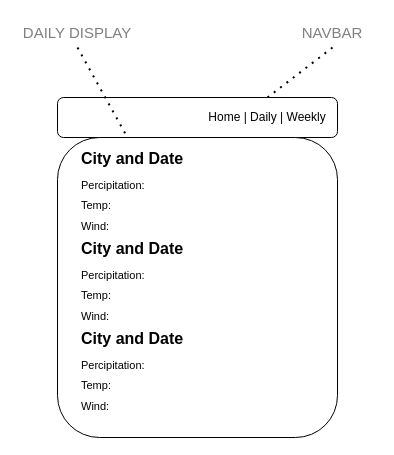
The draw.io diagram page "Daily" (2 of 3) of wireframe-group-weather-app.drawio in IsaacMendez-work/Group-Weather-App, before the edit. Source tidied: cells renumbered, new cells numbered last; positions are measured from the earlier drawing's top-left corner, leaving out a move shared by most shapes. Both pictures are drawn from the tidied source at 100%, with x=0, y=0 at pixel (17, 17).
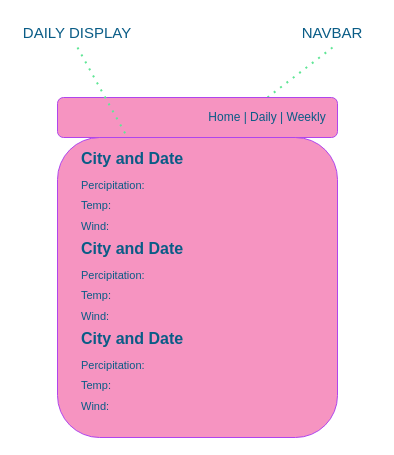
The same diagram, later.

What changed in the source:
```diff
@@
 <mxGraphModel>
   <root>
     <mxCell id="0" />
     <mxCell id="1" parent="0" />
-    <mxCell id="2" value="&lt;font color=&quot;#808080&quot; style=&quot;font-size: 15px&quot;&gt;NAVBAR&lt;/font&gt;" style="text;html=1;strokeColor=none;fillColor=none;align=center;verticalAlign=middle;whiteSpace=wrap;rounded=0;" parent="1" vertex="1">
+    <mxCell id="2" value="&lt;font style=&quot;font-size: 15px&quot;&gt;NAVBAR&lt;/font&gt;" style="text;html=1;strokeColor=none;fillColor=none;align=center;verticalAlign=middle;whiteSpace=wrap;rounded=0;fontColor=#095C86;" parent="1" vertex="1">
       <mxGeometry x="270" width="90" height="30" as="geometry" />
     </mxCell>
-    <mxCell id="3" style="endArrow=none;dashed=1;html=1;dashPattern=1 3;strokeWidth=2;entryX=0.5;entryY=1;entryDx=0;entryDy=0;exitX=0.75;exitY=0;exitDx=0;exitDy=0;" parent="1" edge="1" source="4" target="2">
+    <mxCell id="3" style="endArrow=none;dashed=1;html=1;dashPattern=1 3;strokeWidth=2;entryX=0.5;entryY=1;entryDx=0;entryDy=0;exitX=0.75;exitY=0;exitDx=0;exitDy=0;strokeColor=#60E696;fontColor=#095C86;" parent="1" edge="1" source="4" target="2">
       <mxGeometry x="120" y="80" as="geometry" />
     </mxCell>
-    <mxCell id="4" style="rounded=1;whiteSpace=wrap;html=1;" parent="1" vertex="1">
+    <mxCell id="4" style="rounded=1;whiteSpace=wrap;html=1;fillColor=#F694C1;strokeColor=#AF45ED;fontColor=#095C86;" parent="1" vertex="1">
       <mxGeometry x="40" y="80" width="280" height="40" as="geometry" />
     </mxCell>
-    <mxCell id="5" value="Home | Daily | Weekly" style="text;html=1;strokeColor=none;fillColor=none;align=center;verticalAlign=middle;whiteSpace=wrap;rounded=0;" parent="1" vertex="1">
+    <mxCell id="5" value="Home | Daily | Weekly" style="text;html=1;strokeColor=none;fillColor=none;align=center;verticalAlign=middle;whiteSpace=wrap;rounded=0;fontColor=#095C86;" parent="1" vertex="1">
       <mxGeometry x="180" y="90" width="140" height="20" as="geometry" />
     </mxCell>
-    <mxCell id="6" style="group;" parent="1" vertex="1">
-      <mxGeometry width="320" height="420" as="geometry" />
-    </mxCell>
-    <mxCell id="7" style="rounded=1;whiteSpace=wrap;html=1;verticalAlign=middle;" parent="6" vertex="1">
+    <mxCell id="7" style="rounded=1;whiteSpace=wrap;html=1;verticalAlign=middle;fillColor=#F694C1;strokeColor=#AF45ED;fontColor=#095C86;" parent="1" vertex="1">
       <mxGeometry x="40" y="120" width="280" height="300" as="geometry" />
     </mxCell>
-    <mxCell id="8" value="&lt;p style=&quot;line-height: 100%&quot;&gt;&lt;/p&gt;&lt;h1 style=&quot;font-size: 16px&quot;&gt;&lt;font style=&quot;font-size: 16px&quot;&gt;City and Date&lt;/font&gt;&lt;/h1&gt;&lt;h1 style=&quot;font-size: 11px&quot;&gt;&lt;font style=&quot;font-size: 11px ; font-weight: normal&quot;&gt;Percipitation:&amp;nbsp;&lt;/font&gt;&lt;/h1&gt;&lt;h1 style=&quot;font-size: 11px&quot;&gt;&lt;font style=&quot;font-size: 11px ; font-weight: normal&quot;&gt;Temp:&amp;nbsp;&lt;/font&gt;&lt;/h1&gt;&lt;h1 style=&quot;font-size: 11px&quot;&gt;&lt;font style=&quot;font-size: 11px ; font-weight: normal&quot;&gt;Wind:&amp;nbsp;&lt;/font&gt;&lt;/h1&gt;&lt;p&gt;&lt;/p&gt;" style="text;html=1;strokeColor=none;fillColor=none;spacing=5;spacingTop=-20;whiteSpace=wrap;overflow=hidden;rounded=0;" parent="6" vertex="1">
+    <mxCell id="8" value="&lt;p style=&quot;line-height: 100%&quot;&gt;&lt;/p&gt;&lt;h1 style=&quot;font-size: 16px&quot;&gt;&lt;font style=&quot;font-size: 16px&quot;&gt;City and Date&lt;/font&gt;&lt;/h1&gt;&lt;h1 style=&quot;font-size: 11px&quot;&gt;&lt;font style=&quot;font-size: 11px ; font-weight: normal&quot;&gt;Percipitation:&amp;nbsp;&lt;/font&gt;&lt;/h1&gt;&lt;h1 style=&quot;font-size: 11px&quot;&gt;&lt;font style=&quot;font-size: 11px ; font-weight: normal&quot;&gt;Temp:&amp;nbsp;&lt;/font&gt;&lt;/h1&gt;&lt;h1 style=&quot;font-size: 11px&quot;&gt;&lt;font style=&quot;font-size: 11px ; font-weight: normal&quot;&gt;Wind:&amp;nbsp;&lt;/font&gt;&lt;/h1&gt;&lt;p&gt;&lt;/p&gt;" style="text;html=1;strokeColor=none;fillColor=none;spacing=5;spacingTop=-20;whiteSpace=wrap;overflow=hidden;rounded=0;fontColor=#095C86;" parent="1" vertex="1">
       <mxGeometry x="59.3" y="130" width="183.4" height="90" as="geometry" />
     </mxCell>
-    <mxCell id="9" value="&lt;p style=&quot;line-height: 100%&quot;&gt;&lt;/p&gt;&lt;h1 style=&quot;font-size: 16px&quot;&gt;&lt;font style=&quot;font-size: 16px&quot;&gt;City and Date&lt;/font&gt;&lt;/h1&gt;&lt;h1 style=&quot;font-size: 11px&quot;&gt;&lt;font style=&quot;font-size: 11px ; font-weight: normal&quot;&gt;Percipitation:&amp;nbsp;&lt;/font&gt;&lt;/h1&gt;&lt;h1 style=&quot;font-size: 11px&quot;&gt;&lt;font style=&quot;font-size: 11px ; font-weight: normal&quot;&gt;Temp:&amp;nbsp;&lt;/font&gt;&lt;/h1&gt;&lt;h1 style=&quot;font-size: 11px&quot;&gt;&lt;font style=&quot;font-size: 11px ; font-weight: normal&quot;&gt;Wind:&amp;nbsp;&lt;/font&gt;&lt;/h1&gt;&lt;p&gt;&lt;/p&gt;" style="text;html=1;strokeColor=none;fillColor=none;spacing=5;spacingTop=-20;whiteSpace=wrap;overflow=hidden;rounded=0;" parent="6" vertex="1">
+    <mxCell id="9" value="&lt;p style=&quot;line-height: 100%&quot;&gt;&lt;/p&gt;&lt;h1 style=&quot;font-size: 16px&quot;&gt;&lt;font style=&quot;font-size: 16px&quot;&gt;City and Date&lt;/font&gt;&lt;/h1&gt;&lt;h1 style=&quot;font-size: 11px&quot;&gt;&lt;font style=&quot;font-size: 11px ; font-weight: normal&quot;&gt;Percipitation:&amp;nbsp;&lt;/font&gt;&lt;/h1&gt;&lt;h1 style=&quot;font-size: 11px&quot;&gt;&lt;font style=&quot;font-size: 11px ; font-weight: normal&quot;&gt;Temp:&amp;nbsp;&lt;/font&gt;&lt;/h1&gt;&lt;h1 style=&quot;font-size: 11px&quot;&gt;&lt;font style=&quot;font-size: 11px ; font-weight: normal&quot;&gt;Wind:&amp;nbsp;&lt;/font&gt;&lt;/h1&gt;&lt;p&gt;&lt;/p&gt;" style="text;html=1;strokeColor=none;fillColor=none;spacing=5;spacingTop=-20;whiteSpace=wrap;overflow=hidden;rounded=0;fontColor=#095C86;" parent="1" vertex="1">
       <mxGeometry x="59.3" y="220" width="183.4" height="90" as="geometry" />
     </mxCell>
-    <mxCell id="10" value="&lt;p style=&quot;line-height: 100%&quot;&gt;&lt;/p&gt;&lt;h1 style=&quot;font-size: 16px&quot;&gt;&lt;font style=&quot;font-size: 16px&quot;&gt;City and Date&lt;/font&gt;&lt;/h1&gt;&lt;h1 style=&quot;font-size: 11px&quot;&gt;&lt;font style=&quot;font-size: 11px ; font-weight: normal&quot;&gt;Percipitation:&amp;nbsp;&lt;/font&gt;&lt;/h1&gt;&lt;h1 style=&quot;font-size: 11px&quot;&gt;&lt;font style=&quot;font-size: 11px ; font-weight: normal&quot;&gt;Temp:&amp;nbsp;&lt;/font&gt;&lt;/h1&gt;&lt;h1 style=&quot;font-size: 11px&quot;&gt;&lt;font style=&quot;font-size: 11px ; font-weight: normal&quot;&gt;Wind:&amp;nbsp;&lt;/font&gt;&lt;/h1&gt;&lt;p&gt;&lt;/p&gt;" style="text;html=1;strokeColor=none;fillColor=none;spacing=5;spacingTop=-20;whiteSpace=wrap;overflow=hidden;rounded=0;" parent="6" vertex="1">
+    <mxCell id="10" value="&lt;p style=&quot;line-height: 100%&quot;&gt;&lt;/p&gt;&lt;h1 style=&quot;font-size: 16px&quot;&gt;&lt;font style=&quot;font-size: 16px&quot;&gt;City and Date&lt;/font&gt;&lt;/h1&gt;&lt;h1 style=&quot;font-size: 11px&quot;&gt;&lt;font style=&quot;font-size: 11px ; font-weight: normal&quot;&gt;Percipitation:&amp;nbsp;&lt;/font&gt;&lt;/h1&gt;&lt;h1 style=&quot;font-size: 11px&quot;&gt;&lt;font style=&quot;font-size: 11px ; font-weight: normal&quot;&gt;Temp:&amp;nbsp;&lt;/font&gt;&lt;/h1&gt;&lt;h1 style=&quot;font-size: 11px&quot;&gt;&lt;font style=&quot;font-size: 11px ; font-weight: normal&quot;&gt;Wind:&amp;nbsp;&lt;/font&gt;&lt;/h1&gt;&lt;p&gt;&lt;/p&gt;" style="text;html=1;strokeColor=none;fillColor=none;spacing=5;spacingTop=-20;whiteSpace=wrap;overflow=hidden;rounded=0;fontColor=#095C86;" parent="1" vertex="1">
       <mxGeometry x="59.3" y="310" width="183.4" height="90" as="geometry" />
     </mxCell>
-    <mxCell id="11" value="&lt;font color=&quot;#808080&quot;&gt;&lt;span style=&quot;font-size: 15px&quot;&gt;DAILY DISPLAY&lt;/span&gt;&lt;/font&gt;" style="text;html=1;strokeColor=none;fillColor=none;align=center;verticalAlign=middle;whiteSpace=wrap;rounded=0;" parent="6" vertex="1">
+    <mxCell id="11" value="&lt;font&gt;&lt;span style=&quot;font-size: 15px&quot;&gt;DAILY DISPLAY&lt;/span&gt;&lt;/font&gt;" style="text;html=1;strokeColor=none;fillColor=none;align=center;verticalAlign=middle;whiteSpace=wrap;rounded=0;fontColor=#095C86;" parent="1" vertex="1">
       <mxGeometry width="120" height="30" as="geometry" />
     </mxCell>
-    <mxCell id="12" style="endArrow=none;dashed=1;html=1;dashPattern=1 3;strokeWidth=2;exitX=0.5;exitY=1;exitDx=0;exitDy=0;entryX=0.25;entryY=0;entryDx=0;entryDy=0;" parent="6" edge="1" source="11" target="7">
-      <mxGeometry as="geometry" />
+    <mxCell id="12" style="endArrow=none;dashed=1;html=1;dashPattern=1 3;strokeWidth=2;exitX=0.5;exitY=1;exitDx=0;exitDy=0;entryX=0.25;entryY=0;entryDx=0;entryDy=0;strokeColor=#60E696;fontColor=#095C86;" parent="1" edge="1" source="11" target="7">
+      <mxGeometry x="80" y="80" as="geometry" />
     </mxCell>
   </root>
 </mxGraphModel>
```
